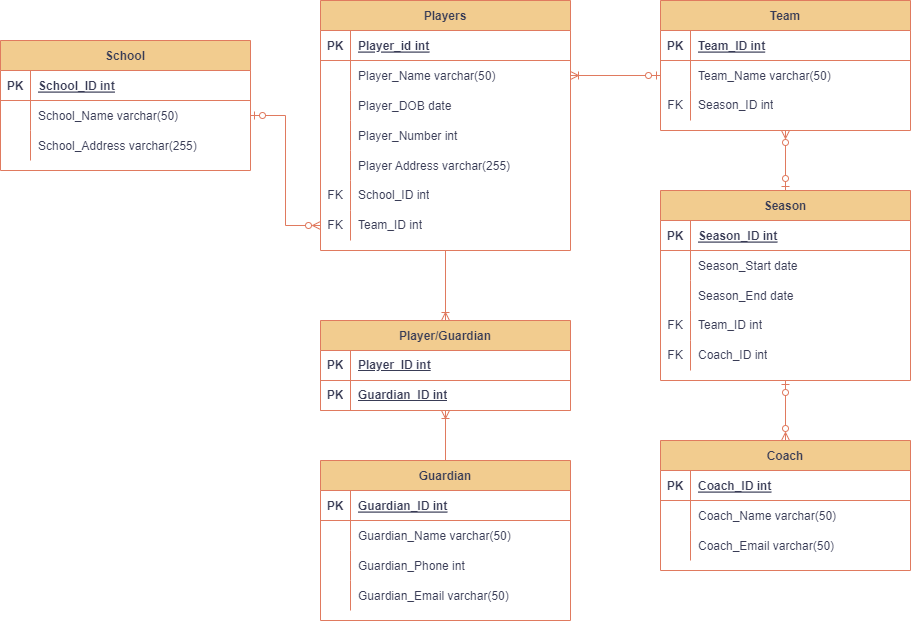
Earlier version of the draw.io export ERD_Exercise.png (G0dzilla21/ERD_Diagram_Cognixia). Source tidied: cells renumbered, new cells last; positions are measured from the earlier drawing's top-left corner, leaving out a move shared by most shapes.
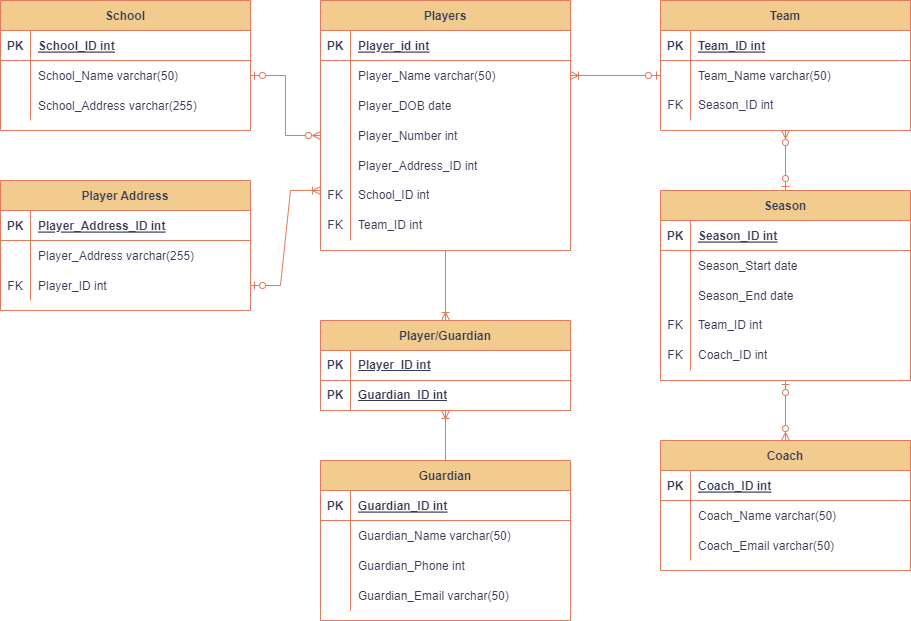
After the change.

The edit, as a diff of the source:
```diff
@@ -122,7 +122,7 @@
     <mxCell id="41" style="shape=partialRectangle;fillColor=none;top=0;left=0;bottom=0;right=0;overflow=hidden;labelBackgroundColor=none;strokeColor=#E07A5F;fontColor=#393C56;" parent="40" vertex="1">
       <mxGeometry width="30" height="30" as="geometry" />
     </mxCell>
-    <mxCell id="42" value="Player Address varchar(255)" style="shape=partialRectangle;fillColor=none;top=0;left=0;bottom=0;right=0;align=left;spacingLeft=6;overflow=hidden;labelBackgroundColor=none;strokeColor=#E07A5F;fontColor=#393C56;" parent="40" vertex="1">
+    <mxCell id="42" value="Player_Address_ID int" style="shape=partialRectangle;fillColor=none;top=0;left=0;bottom=0;right=0;align=left;spacingLeft=6;overflow=hidden;labelBackgroundColor=none;strokeColor=#E07A5F;fontColor=#393C56;" parent="40" vertex="1">
       <mxGeometry x="30" width="220" height="30" as="geometry" />
     </mxCell>
     <mxCell id="43" style="shape=tableRow;horizontal=0;startSize=0;swimlaneHead=0;swimlaneBody=0;fillColor=none;top=0;left=0;right=0;bottom=0;labelBackgroundColor=none;strokeColor=#E07A5F;fontColor=#393C56;" parent="27" vertex="1">
@@ -144,7 +144,7 @@
       <mxGeometry x="30" width="220" height="30" as="geometry" />
     </mxCell>
     <mxCell id="49" value="School" style="shape=table;startSize=30;rowLines=0;fontStyle=1;align=center;labelBackgroundColor=none;fillColor=#F2CC8F;strokeColor=#E07A5F;fontColor=#393C56;" parent="1" vertex="1">
-      <mxGeometry y="40" width="250" height="130" as="geometry" />
+      <mxGeometry width="250" height="130" as="geometry" />
     </mxCell>
     <mxCell id="50" style="shape=partialRectangle;fillColor=none;top=0;left=0;right=0;bottom=1;labelBackgroundColor=none;strokeColor=#E07A5F;fontColor=#393C56;" parent="49" vertex="1">
       <mxGeometry y="30" width="250" height="30" as="geometry" />
@@ -257,7 +257,7 @@
     <mxCell id="86" value="Coach_ID int" style="shape=partialRectangle;fillColor=none;top=0;left=0;bottom=0;right=0;align=left;spacingLeft=6;fontStyle=0;overflow=hidden;whiteSpace=wrap;html=1;strokeColor=#E07A5F;fontColor=#393C56;labelBackgroundColor=none;" parent="84" vertex="1">
       <mxGeometry x="30" width="220" height="30" as="geometry" />
     </mxCell>
-    <mxCell id="87" style="edgeStyle=orthogonalEdgeStyle;rounded=0;jettySize=auto;html=1;endArrow=ERzeroToOne;endFill=0;startArrow=ERzeroToMany;startFill=0;labelBackgroundColor=none;strokeColor=#E07A5F;fontColor=default;" parent="1" edge="1" source="46" target="53">
+    <mxCell id="87" style="edgeStyle=orthogonalEdgeStyle;rounded=0;jettySize=auto;html=1;endArrow=ERzeroToOne;endFill=0;startArrow=ERzeroToMany;startFill=0;labelBackgroundColor=none;strokeColor=#E07A5F;fontColor=default;exitX=0;exitY=0.5;exitDx=0;exitDy=0;" parent="1" edge="1" source="37" target="53">
       <mxGeometry relative="1" as="geometry" />
     </mxCell>
     <mxCell id="88" value="Player/Guardian" style="shape=table;startSize=30;rowLines=0;fontStyle=1;align=center;labelBackgroundColor=none;fillColor=#F2CC8F;strokeColor=#E07A5F;fontColor=#393C56;" parent="1" vertex="1">
@@ -284,5 +284,40 @@
     <mxCell id="95" style="edgeStyle=orthogonalEdgeStyle;rounded=0;jettySize=auto;html=1;strokeColor=#E07A5F;fontColor=#393C56;fillColor=#F2CC8F;startArrow=ERzeroToOne;startFill=0;endArrow=ERoneToMany;endFill=0;exitX=0;exitY=0.5;exitDx=0;exitDy=0;" parent="1" edge="1" source="20" target="31">
       <mxGeometry relative="1" as="geometry" />
     </mxCell>
+    <mxCell id="96" value="Player Address" style="shape=table;startSize=30;rowLines=0;fontStyle=1;align=center;labelBackgroundColor=none;fillColor=#F2CC8F;strokeColor=#E07A5F;fontColor=#393C56;" parent="1" vertex="1">
+      <mxGeometry y="180" width="250" height="130" as="geometry" />
+    </mxCell>
+    <mxCell id="97" style="shape=partialRectangle;fillColor=none;top=0;left=0;right=0;bottom=1;labelBackgroundColor=none;strokeColor=#E07A5F;fontColor=#393C56;" parent="96" vertex="1">
+      <mxGeometry y="30" width="250" height="30" as="geometry" />
+    </mxCell>
+    <mxCell id="98" value="PK" style="shape=partialRectangle;overflow=hidden;fillColor=none;top=0;left=0;bottom=0;right=0;fontStyle=1;labelBackgroundColor=none;strokeColor=#E07A5F;fontColor=#393C56;" parent="97" vertex="1">
+      <mxGeometry width="30" height="30" as="geometry" />
+    </mxCell>
+    <mxCell id="99" value="Player_Address_ID int" style="shape=partialRectangle;overflow=hidden;fillColor=none;top=0;left=0;bottom=0;right=0;align=left;spacingLeft=6;fontStyle=5;labelBackgroundColor=none;strokeColor=#E07A5F;fontColor=#393C56;" parent="97" vertex="1">
+      <mxGeometry x="30" width="220" height="30" as="geometry" />
+    </mxCell>
+    <mxCell id="100" style="shape=partialRectangle;fillColor=none;top=0;left=0;right=0;bottom=0;labelBackgroundColor=none;strokeColor=#E07A5F;fontColor=#393C56;" parent="96" vertex="1">
+      <mxGeometry y="60" width="250" height="30" as="geometry" />
+    </mxCell>
+    <mxCell id="101" style="shape=partialRectangle;overflow=hidden;fillColor=none;top=0;left=0;bottom=0;right=0;labelBackgroundColor=none;strokeColor=#E07A5F;fontColor=#393C56;" parent="100" vertex="1">
+      <mxGeometry width="30" height="30" as="geometry" />
+    </mxCell>
+    <mxCell id="102" value="Player_Address varchar(255)" style="shape=partialRectangle;overflow=hidden;fillColor=none;top=0;left=0;bottom=0;right=0;align=left;spacingLeft=6;labelBackgroundColor=none;strokeColor=#E07A5F;fontColor=#393C56;" parent="100" vertex="1">
+      <mxGeometry x="30" width="220" height="30" as="geometry" />
+    </mxCell>
+    <mxCell id="103" style="shape=tableRow;horizontal=0;startSize=0;swimlaneHead=0;swimlaneBody=0;fillColor=none;points=[[0,0.5],[1,0.5]];portConstraint=eastwest;top=0;left=0;right=0;bottom=0;labelBackgroundColor=none;strokeColor=#E07A5F;fontColor=#393C56;" parent="96" vertex="1">
+      <mxGeometry y="90" width="250" height="30" as="geometry" />
+    </mxCell>
+    <mxCell id="104" value="FK" style="shape=partialRectangle;fillColor=none;top=0;left=0;bottom=0;right=0;overflow=hidden;labelBackgroundColor=none;strokeColor=#E07A5F;fontColor=#393C56;" parent="103" vertex="1">
+      <mxGeometry width="30" height="30" as="geometry" />
+    </mxCell>
+    <mxCell id="105" value="Player_ID int" style="shape=partialRectangle;fillColor=none;top=0;left=0;bottom=0;right=0;align=left;spacingLeft=6;overflow=hidden;labelBackgroundColor=none;strokeColor=#E07A5F;fontColor=#393C56;" parent="103" vertex="1">
+      <mxGeometry x="30" width="220" height="30" as="geometry" />
+    </mxCell>
+    <mxCell id="106" style="edgeStyle=entityRelationEdgeStyle;fontSize=12;html=1;endArrow=ERoneToMany;rounded=0;strokeColor=#E07A5F;fontColor=#393C56;fillColor=#F2CC8F;exitX=1;exitY=0.5;exitDx=0;exitDy=0;startArrow=ERzeroToOne;startFill=0;" parent="1" edge="1" source="103">
+      <mxGeometry relative="1" as="geometry">
+        <mxPoint x="320" y="190" as="targetPoint" />
+      </mxGeometry>
+    </mxCell>
   </root>
 </mxGraphModel>
```
